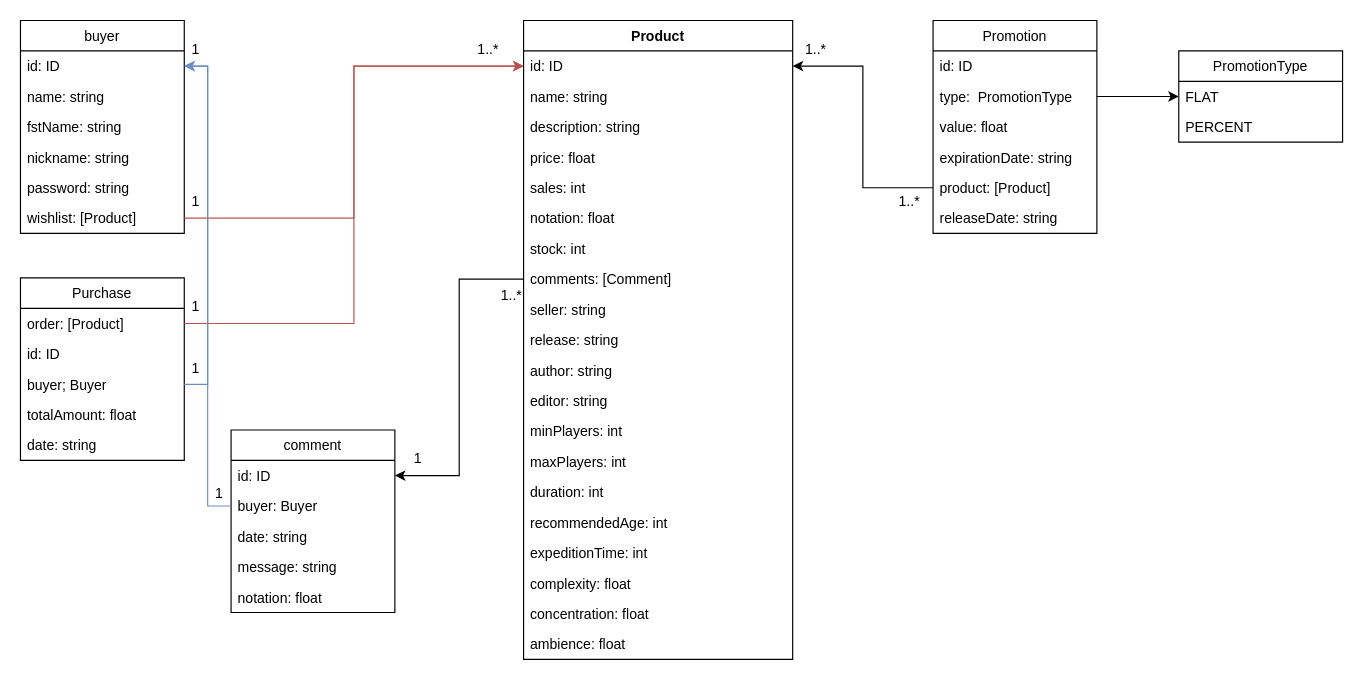
Earlier version of the draw.io diagram structure.drawio (FC-Dijkstra/mongogames_SGD). Source tidied: cells renumbered, new cells numbered last; positions are measured from the earlier drawing's top-left corner, leaving out a move shared by most shapes. Both pictures are drawn from the tidied source at 117%, with x=0, y=0 at pixel (20, 20).
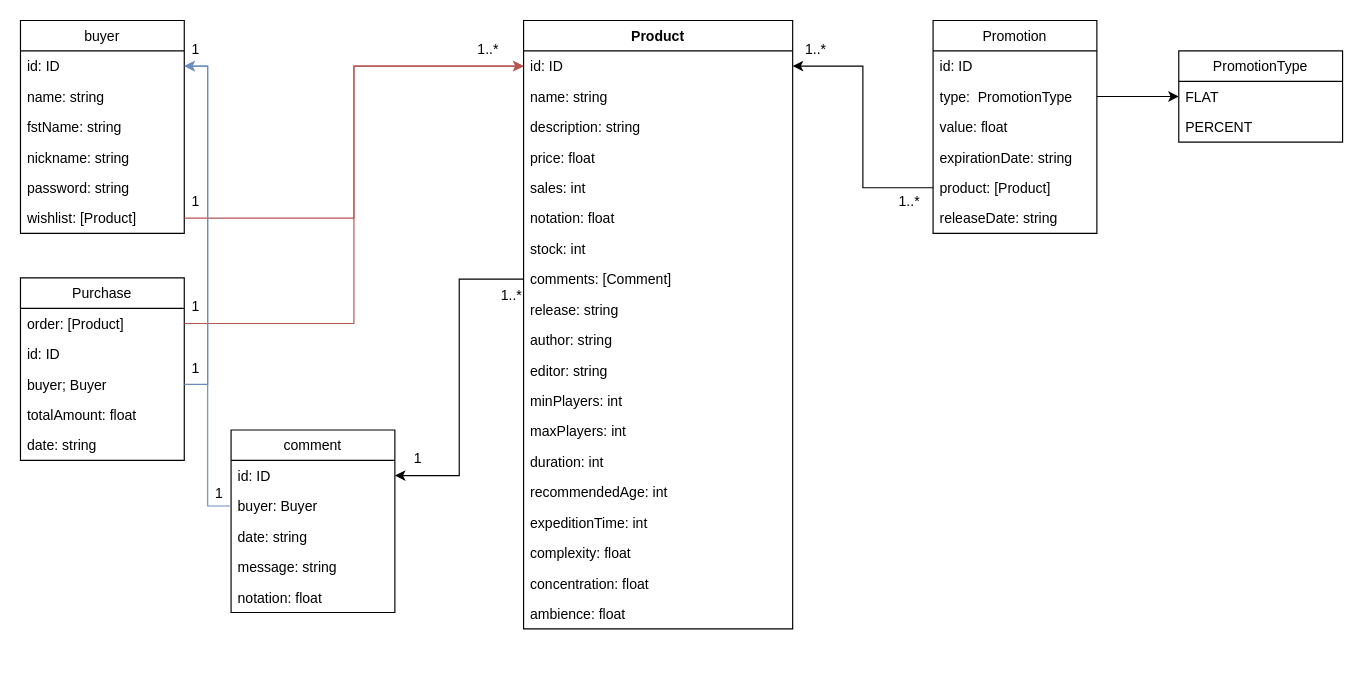
The same page after the edit.

Commit message (it also covers changes not shown here):
générateur de produit bidon fonctionnel

+ modifs schéma

The edit, as a diff of the source:
```diff
@@
     <mxCell id="2" value="Product" style="swimlane;fontStyle=1;align=center;verticalAlign=top;horizontal=1;startSize=26;" parent="1" vertex="1">
-      <mxGeometry x="430" width="230" height="546" as="geometry" />
+      <mxGeometry x="430" width="230" height="520" as="geometry" />
     </mxCell>
@@
-    <mxCell id="11" value="seller: string" style="text;strokeColor=none;fillColor=none;align=left;verticalAlign=top;spacingLeft=4;spacingRight=4;overflow=hidden;" parent="2" vertex="1">
-      <mxGeometry y="234" width="230" height="26" as="geometry" />
-    </mxCell>
     <mxCell id="12" value="release: string" style="text;strokeColor=none;fillColor=none;align=left;verticalAlign=top;spacingLeft=4;spacingRight=4;overflow=hidden;" parent="2" vertex="1">
-      <mxGeometry y="260" width="230" height="26" as="geometry" />
+      <mxGeometry y="234" width="230" height="26" as="geometry" />
     </mxCell>
     <mxCell id="13" value="author: string" style="text;strokeColor=none;fillColor=none;align=left;verticalAlign=top;spacingLeft=4;spacingRight=4;overflow=hidden;" parent="2" vertex="1">
-      <mxGeometry y="286" width="230" height="26" as="geometry" />
+      <mxGeometry y="260" width="230" height="26" as="geometry" />
     </mxCell>
     <mxCell id="14" value="editor: string" style="text;strokeColor=none;fillColor=none;align=left;verticalAlign=top;spacingLeft=4;spacingRight=4;overflow=hidden;" parent="2" vertex="1">
-      <mxGeometry y="312" width="230" height="26" as="geometry" />
+      <mxGeometry y="286" width="230" height="26" as="geometry" />
     </mxCell>
     <mxCell id="15" value="minPlayers: int" style="text;strokeColor=none;fillColor=none;align=left;verticalAlign=top;spacingLeft=4;spacingRight=4;overflow=hidden;" parent="2" vertex="1">
-      <mxGeometry y="338" width="230" height="26" as="geometry" />
+      <mxGeometry y="312" width="230" height="26" as="geometry" />
     </mxCell>
     <mxCell id="16" value="maxPlayers: int" style="text;strokeColor=none;fillColor=none;align=left;verticalAlign=top;spacingLeft=4;spacingRight=4;overflow=hidden;" parent="2" vertex="1">
-      <mxGeometry y="364" width="230" height="26" as="geometry" />
+      <mxGeometry y="338" width="230" height="26" as="geometry" />
     </mxCell>
     <mxCell id="17" value="duration: int" style="text;strokeColor=none;fillColor=none;align=left;verticalAlign=top;spacingLeft=4;spacingRight=4;overflow=hidden;" parent="2" vertex="1">
-      <mxGeometry y="390" width="230" height="26" as="geometry" />
+      <mxGeometry y="364" width="230" height="26" as="geometry" />
     </mxCell>
     <mxCell id="18" value="recommendedAge: int" style="text;strokeColor=none;fillColor=none;align=left;verticalAlign=top;spacingLeft=4;spacingRight=4;overflow=hidden;" parent="2" vertex="1">
-      <mxGeometry y="416" width="230" height="26" as="geometry" />
+      <mxGeometry y="390" width="230" height="26" as="geometry" />
     </mxCell>
     <mxCell id="19" value="expeditionTime: int" style="text;strokeColor=none;fillColor=none;align=left;verticalAlign=top;spacingLeft=4;spacingRight=4;overflow=hidden;" parent="2" vertex="1">
-      <mxGeometry y="442" width="230" height="26" as="geometry" />
+      <mxGeometry y="416" width="230" height="26" as="geometry" />
     </mxCell>
     <mxCell id="20" value="complexity: float" style="text;strokeColor=none;fillColor=none;align=left;verticalAlign=top;spacingLeft=4;spacingRight=4;overflow=hidden;" parent="2" vertex="1">
-      <mxGeometry y="468" width="230" height="26" as="geometry" />
+      <mxGeometry y="442" width="230" height="26" as="geometry" />
     </mxCell>
     <mxCell id="21" value="concentration: float" style="text;strokeColor=none;fillColor=none;align=left;verticalAlign=top;spacingLeft=4;spacingRight=4;overflow=hidden;" parent="2" vertex="1">
-      <mxGeometry y="494" width="230" height="26" as="geometry" />
+      <mxGeometry y="468" width="230" height="26" as="geometry" />
     </mxCell>
     <mxCell id="22" value="ambience: float" style="text;strokeColor=none;fillColor=none;align=left;verticalAlign=top;spacingLeft=4;spacingRight=4;overflow=hidden;" parent="2" vertex="1">
-      <mxGeometry y="520" width="230" height="26" as="geometry" />
+      <mxGeometry y="494" width="230" height="26" as="geometry" />
     </mxCell>
```
